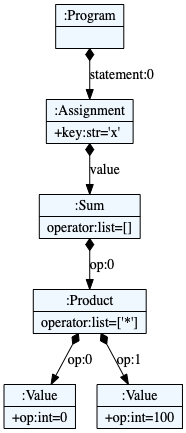
This is examples/test_ae.dot.png from robinjack/dsl_for_data_analysis, a Graphviz export, as it was before one commit. Its source is kept beside it as examples/test_ae.dot.
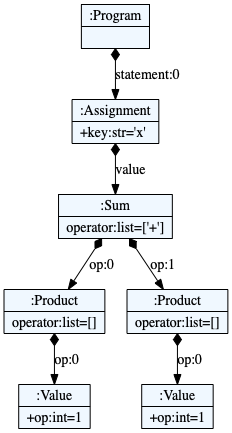
Later version of the same file.

What changed in the source:
```diff
@@ -10,16 +10,18 @@
     edge[dir=black,arrowtail=empty]
 
 
-4731220432 -> 4731220688 [label="statement:0" arrowtail=diamond dir=both]
-4731220688 -> 4731220880 [label="value" arrowtail=diamond dir=both]
-4731220880 -> 4731221008 [label="op:0" arrowtail=diamond dir=both]
-4731221008 -> 4731221200 [label="op:0" arrowtail=diamond dir=both]
-4731221200[label="{:Value|+op:int=0\l}"]
-4731221008 -> 4731221392 [label="op:1" arrowtail=diamond dir=both]
-4731221392[label="{:Value|+op:int=100\l}"]
-4731221008[label="{:Product|operator:list=['*']\l}"]
-4731220880[label="{:Sum|operator:list=[]\l}"]
-4731220688[label="{:Assignment|+key:str='x'\l}"]
-4731220432[label="{:Program|}"]
+4611731728 -> 4611858512 [label="statement:0" arrowtail=diamond dir=both]
+4611858512 -> 4611859088 [label="value" arrowtail=diamond dir=both]
+4611859088 -> 4611859216 [label="op:0" arrowtail=diamond dir=both]
+4611859216 -> 4611859408 [label="op:0" arrowtail=diamond dir=both]
+4611859408[label="{:Value|+op:int=1\l}"]
+4611859216[label="{:Product|operator:list=[]\l}"]
+4611859088 -> 4611859536 [label="op:1" arrowtail=diamond dir=both]
+4611859536 -> 4611859472 [label="op:0" arrowtail=diamond dir=both]
+4611859472[label="{:Value|+op:int=1\l}"]
+4611859536[label="{:Product|operator:list=[]\l}"]
+4611859088[label="{:Sum|operator:list=['+']\l}"]
+4611858512[label="{:Assignment|+key:str='x'\l}"]
+4611731728[label="{:Program|}"]
 
 }
```
